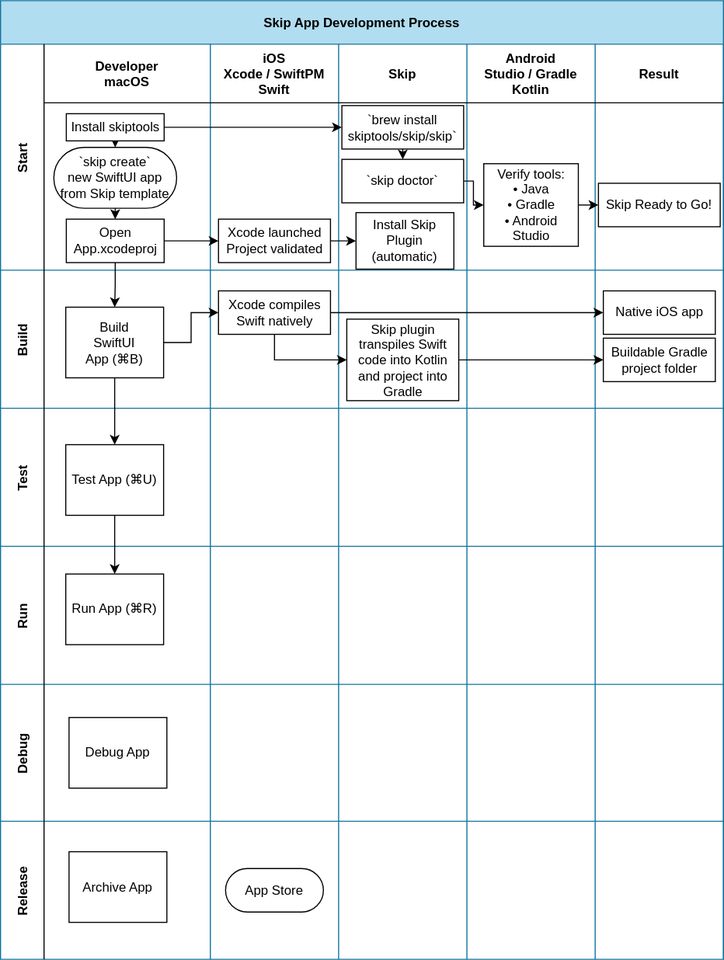
The draw.io diagram skip_dev_process.drawio.svg in skiptools/assets.skip.tools, before a commit. Source tidied: cells renumbered, new cells last; positions are measured from the earlier drawing's top-left corner, leaving out a move shared by most shapes.
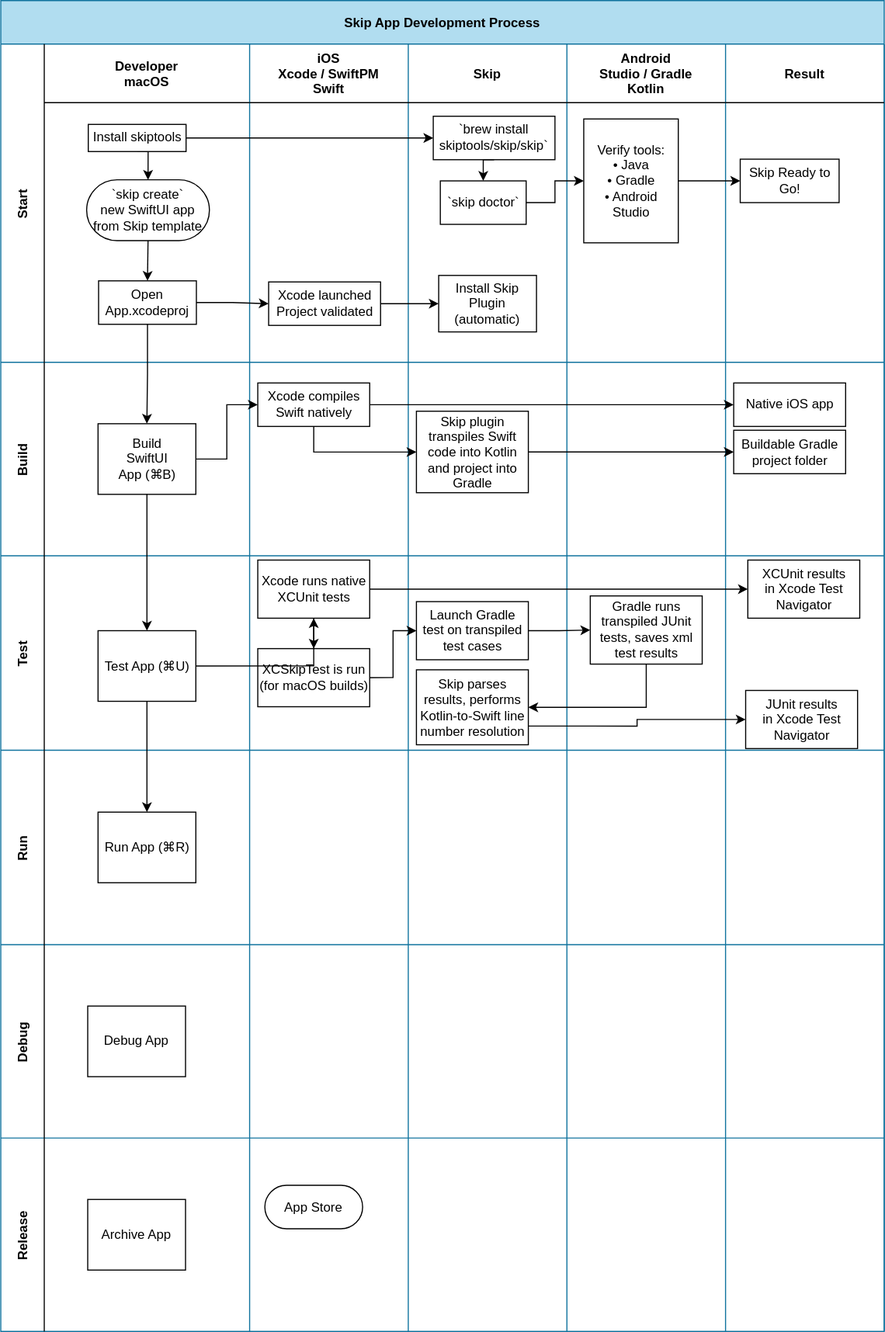
The same diagram one commit later.

The edit, as a diff of the source:
```diff
@@ -5,12 +5,12 @@
     <mxCell id="2" value="Skip App Development Process" style="shape=table;startSize=40;fillColor=#b1ddf0;fontStyle=1;strokeColor=#10739e;swimlaneFillColor=none;" parent="1" vertex="1">
-      <mxGeometry width="665" height="882" as="geometry" />
+      <mxGeometry width="813" height="1225" as="geometry" />
     </mxCell>
     <mxCell id="3" value="Start" style="shape=tableRow;horizontal=0;swimlaneHead=0;swimlaneBody=0;top=0;left=0;bottom=0;right=0;fillColor=none;startSize=40;fontStyle=1;" parent="2" vertex="1">
-      <mxGeometry y="40" width="665" height="208" as="geometry" />
+      <mxGeometry y="40" width="813" height="293" as="geometry" />
     </mxCell>
     <mxCell id="4" value="Developer&#10;macOS" style="swimlane;swimlaneHead=0;swimlaneBody=0;fillColor=none;startSize=54;fontStyle=1;" parent="3" vertex="1">
-      <mxGeometry x="40" width="153" height="208" as="geometry" />
+      <mxGeometry x="40" width="189" height="293" as="geometry" />
     </mxCell>
     <mxCell id="5" value="`skip create`&lt;br&gt;new SwiftUI app from Skip template" style="rounded=1;whiteSpace=wrap;html=1;arcSize=50;" parent="4" vertex="1">
-      <mxGeometry x="9" y="95" width="113" height="56" as="geometry" />
+      <mxGeometry x="39" y="125" width="113" height="56" as="geometry" />
     </mxCell>
@@ -20,6 +20,6 @@
     <mxCell id="7" value="Install skiptools" style="rounded=0;whiteSpace=wrap;html=1;" parent="4" vertex="1">
-      <mxGeometry x="20.5" y="64" width="90" height="25" as="geometry" />
+      <mxGeometry x="40.5" y="74" width="90" height="25" as="geometry" />
     </mxCell>
     <mxCell id="8" value="iOS&#10;Xcode / SwiftPM&#10;Swift" style="swimlane;swimlaneHead=0;swimlaneBody=0;fillColor=none;startSize=54;fontStyle=1;" parent="3" vertex="1">
-      <mxGeometry x="193" width="118" height="208" as="geometry" />
+      <mxGeometry x="229" width="146" height="293" as="geometry" />
     </mxCell>
@@ -29,6 +29,6 @@
     <mxCell id="10" value="Open&lt;br&gt;App.xcodeproj" style="rounded=0;whiteSpace=wrap;html=1;" parent="9" vertex="1">
-      <mxGeometry x="25.5" y="5" width="90" height="40" as="geometry" />
+      <mxGeometry x="19" y="62" width="90" height="40" as="geometry" />
     </mxCell>
     <mxCell id="11" value="Xcode launched&lt;br&gt;Project validated" style="rounded=0;whiteSpace=wrap;html=1;" parent="8" vertex="1">
-      <mxGeometry x="7.5" y="161" width="103" height="40" as="geometry" />
+      <mxGeometry x="17.5" y="219" width="103" height="40" as="geometry" />
     </mxCell>
@@ -38,6 +38,6 @@
     <mxCell id="13" value="Skip" style="swimlane;swimlaneHead=0;swimlaneBody=0;fillColor=none;startSize=54;fontStyle=1;" parent="3" vertex="1">
-      <mxGeometry x="311" width="118" height="208" as="geometry" />
+      <mxGeometry x="375" width="146" height="293" as="geometry" />
     </mxCell>
     <mxCell id="14" value="Install Skip&lt;br&gt;Plugin (automatic)" style="rounded=0;whiteSpace=wrap;html=1;" parent="13" vertex="1">
-      <mxGeometry x="16" y="155" width="90" height="52" as="geometry" />
+      <mxGeometry x="28" y="213" width="90" height="52" as="geometry" />
     </mxCell>
@@ -47,18 +47,18 @@
     <mxCell id="16" value="`brew install skiptools/skip/skip`" style="rounded=0;whiteSpace=wrap;html=1;" parent="13" vertex="1">
-      <mxGeometry x="3" y="56.5" width="112" height="40" as="geometry" />
+      <mxGeometry x="23" y="66.5" width="112" height="40" as="geometry" />
     </mxCell>
     <mxCell id="17" value="`skip doctor`" style="rounded=0;whiteSpace=wrap;html=1;" parent="13" vertex="1">
-      <mxGeometry x="3" y="106" width="112" height="40" as="geometry" />
+      <mxGeometry x="29.5" y="126" width="79" height="40" as="geometry" />
     </mxCell>
     <mxCell id="18" value="Android&#10;Studio / Gradle&#10;Kotlin" style="swimlane;swimlaneHead=0;swimlaneBody=0;fillColor=none;startSize=54;fontStyle=1;" parent="3" vertex="1">
-      <mxGeometry x="429" width="118" height="208" as="geometry" />
+      <mxGeometry x="521" width="146" height="293" as="geometry" />
     </mxCell>
-    <mxCell id="19" value="Verify tools:&lt;br&gt;• Java&lt;br&gt;• Gradle&lt;br&gt;• Android Studio&lt;br&gt;" style="rounded=0;whiteSpace=wrap;html=1;" parent="18" vertex="1">
-      <mxGeometry x="15.5" y="110" width="87" height="76" as="geometry" />
+    <mxCell id="19" value="Verify tools:&lt;br&gt;• Java&lt;br&gt;• Gradle&lt;br&gt;• Android Studio" style="rounded=0;whiteSpace=wrap;html=1;" parent="18" vertex="1">
+      <mxGeometry x="15.5" y="69" width="87" height="114" as="geometry" />
     </mxCell>
     <mxCell id="20" value="Result" style="swimlane;swimlaneHead=0;swimlaneBody=0;fillColor=none;startSize=54;fontStyle=1;" parent="3" vertex="1">
-      <mxGeometry x="547" width="118" height="208" as="geometry" />
+      <mxGeometry x="667" width="146" height="293" as="geometry" />
     </mxCell>
     <mxCell id="21" value="Skip Ready to Go!" style="rounded=0;whiteSpace=wrap;html=1;" parent="20" vertex="1">
-      <mxGeometry x="3" y="128" width="112" height="40" as="geometry" />
+      <mxGeometry x="13.5" y="106" width="91" height="40" as="geometry" />
     </mxCell>
@@ -73,24 +73,19 @@
     </mxCell>
+    <mxCell id="26" style="edgeStyle=orthogonalEdgeStyle;rounded=0;jettySize=auto;html=1;exitX=1;exitY=0.5;exitDx=0;exitDy=0;entryX=0;entryY=0.5;entryDx=0;entryDy=0;" parent="3" edge="1" source="19" target="21">
+      <mxGeometry relative="1" as="geometry" />
+    </mxCell>
-    <mxCell id="25" style="edgeStyle=orthogonalEdgeStyle;rounded=0;jettySize=auto;html=1;exitX=1;exitY=0.5;exitDx=0;exitDy=0;entryX=0;entryY=0.5;entryDx=0;entryDy=0;" parent="3" edge="1" source="17" target="19">
-      <mxGeometry relative="1" as="geometry">
-        <Array as="points">
-          <mxPoint x="435" y="126" />
-          <mxPoint x="435" y="148" />
-        </Array>
-      </mxGeometry>
+    <mxCell id="25" style="edgeStyle=orthogonalEdgeStyle;rounded=0;jettySize=auto;html=1;exitX=1;exitY=0.5;exitDx=0;exitDy=0;" parent="3" edge="1" source="17" target="19">
+      <mxGeometry relative="1" as="geometry" />
     </mxCell>
-    <mxCell id="26" style="edgeStyle=orthogonalEdgeStyle;rounded=0;jettySize=auto;html=1;exitX=1;exitY=0.5;exitDx=0;exitDy=0;entryX=0;entryY=0.5;entryDx=0;entryDy=0;" parent="3" edge="1" source="19" target="21">
-      <mxGeometry relative="1" as="geometry" />
-    </mxCell>
     <mxCell id="27" value="Build" style="shape=tableRow;horizontal=0;swimlaneHead=0;swimlaneBody=0;top=0;left=0;bottom=0;right=0;fillColor=none;startSize=40;fontStyle=1;" parent="2" vertex="1">
-      <mxGeometry y="248" width="665" height="127" as="geometry" />
+      <mxGeometry y="333" width="813" height="178" as="geometry" />
     </mxCell>
     <mxCell id="28" style="swimlane;swimlaneHead=0;swimlaneBody=0;fillColor=none;startSize=0;fontStyle=1;horizontal=1;" parent="27" vertex="1">
-      <mxGeometry x="40" width="153" height="127" as="geometry" />
+      <mxGeometry x="40" width="189" height="178" as="geometry" />
     </mxCell>
     <mxCell id="29" value="Build&lt;br&gt;SwiftUI&lt;br&gt;App (⌘B)" style="rounded=0;whiteSpace=wrap;html=1;" parent="28" vertex="1">
-      <mxGeometry x="20" y="34" width="90" height="65" as="geometry" />
+      <mxGeometry x="49.5" y="56.5" width="90" height="65" as="geometry" />
     </mxCell>
     <mxCell id="30" style="swimlane;swimlaneHead=0;swimlaneBody=0;fillColor=none;startSize=0;fontStyle=1;horizontal=1;" parent="27" vertex="1">
-      <mxGeometry x="193" width="118" height="127" as="geometry" />
+      <mxGeometry x="229" width="146" height="178" as="geometry" />
     </mxCell>
@@ -100,3 +95,3 @@
     <mxCell id="32" style="swimlane;swimlaneHead=0;swimlaneBody=0;fillColor=none;startSize=0;fontStyle=1;horizontal=1;" parent="27" vertex="1">
-      <mxGeometry x="311" width="118" height="127" as="geometry" />
+      <mxGeometry x="375" width="146" height="178" as="geometry" />
     </mxCell>
@@ -106,6 +101,6 @@
     <mxCell id="34" style="swimlane;swimlaneHead=0;swimlaneBody=0;fillColor=none;startSize=0;fontStyle=1;" parent="27" vertex="1">
-      <mxGeometry x="429" width="118" height="127" as="geometry" />
+      <mxGeometry x="521" width="146" height="178" as="geometry" />
     </mxCell>
     <mxCell id="35" style="swimlane;swimlaneHead=0;swimlaneBody=0;fillColor=none;startSize=0;fontStyle=1;" parent="27" vertex="1">
-      <mxGeometry x="547" width="118" height="127" as="geometry" />
+      <mxGeometry x="667" width="146" height="178" as="geometry" />
     </mxCell>
@@ -130,30 +125,72 @@
     <mxCell id="42" value="Test" style="shape=tableRow;horizontal=0;swimlaneHead=0;swimlaneBody=0;top=0;left=0;bottom=0;right=0;fillColor=none;startSize=40;fontStyle=1;" parent="2" vertex="1">
-      <mxGeometry y="375" width="665" height="127" as="geometry" />
+      <mxGeometry y="511" width="813" height="179" as="geometry" />
     </mxCell>
     <mxCell id="43" style="swimlane;swimlaneHead=0;swimlaneBody=0;fillColor=none;startSize=0;fontStyle=1;" parent="42" vertex="1">
-      <mxGeometry x="40" width="153" height="127" as="geometry" />
+      <mxGeometry x="40" width="189" height="179" as="geometry" />
     </mxCell>
     <mxCell id="44" value="Test App (⌘U)" style="rounded=0;whiteSpace=wrap;html=1;" parent="43" vertex="1">
-      <mxGeometry x="20" y="33.5" width="90" height="65" as="geometry" />
+      <mxGeometry x="49.5" y="69" width="90" height="65" as="geometry" />
     </mxCell>
     <mxCell id="45" style="swimlane;swimlaneHead=0;swimlaneBody=0;fillColor=none;startSize=0;fontStyle=1;horizontal=1;" parent="42" vertex="1">
-      <mxGeometry x="193" width="118" height="127" as="geometry" />
+      <mxGeometry x="229" width="146" height="179" as="geometry" />
     </mxCell>
+    <mxCell id="79" style="edgeStyle=orthogonalEdgeStyle;rounded=0;jettySize=auto;html=1;exitX=0.5;exitY=1;exitDx=0;exitDy=0;entryX=0.5;entryY=0;entryDx=0;entryDy=0;" parent="45" edge="1" source="80" target="81">
+      <mxGeometry relative="1" as="geometry" />
+    </mxCell>
+    <mxCell id="80" value="Xcode runs native XCUnit tests" style="rounded=0;whiteSpace=wrap;html=1;" parent="45" vertex="1">
+      <mxGeometry x="7.5" y="4" width="103" height="53.5" as="geometry" />
+    </mxCell>
+    <mxCell id="81" value="XCSkipTest is run&lt;br&gt;(for macOS builds)" style="rounded=0;whiteSpace=wrap;html=1;" parent="45" vertex="1">
+      <mxGeometry x="7.5" y="85.5" width="103" height="53.5" as="geometry" />
+    </mxCell>
     <mxCell id="46" style="swimlane;swimlaneHead=0;swimlaneBody=0;fillColor=none;startSize=0;fontStyle=1;horizontal=1;" parent="42" vertex="1">
-      <mxGeometry x="311" width="118" height="127" as="geometry" />
+      <mxGeometry x="375" width="146" height="179" as="geometry" />
     </mxCell>
+    <mxCell id="82" value="Launch Gradle test on transpiled test cases" style="rounded=0;whiteSpace=wrap;html=1;" parent="46" vertex="1">
+      <mxGeometry x="7.5" y="42.2" width="103" height="53.5" as="geometry" />
+    </mxCell>
+    <mxCell id="83" value="Skip parses results, performs Kotlin-to-Swift line number resolution" style="rounded=0;whiteSpace=wrap;html=1;" parent="46" vertex="1">
+      <mxGeometry x="7.5" y="105" width="103" height="69" as="geometry" />
+    </mxCell>
     <mxCell id="47" style="swimlane;swimlaneHead=0;swimlaneBody=0;fillColor=none;startSize=0;fontStyle=1;horizontal=1;" parent="42" vertex="1">
-      <mxGeometry x="429" width="118" height="127" as="geometry" />
+      <mxGeometry x="521" width="146" height="179" as="geometry" />
     </mxCell>
+    <mxCell id="84" value="Gradle runs transpiled JUnit tests, saves xml test results" style="rounded=0;whiteSpace=wrap;html=1;" parent="47" vertex="1">
+      <mxGeometry x="21.5" y="37" width="103" height="62.8" as="geometry" />
+    </mxCell>
     <mxCell id="48" style="swimlane;swimlaneHead=0;swimlaneBody=0;fillColor=none;startSize=0;fontStyle=1;horizontal=1;" parent="42" vertex="1">
-      <mxGeometry x="547" width="118" height="127" as="geometry" />
+      <mxGeometry x="667" width="146" height="179" as="geometry" />
     </mxCell>
+    <mxCell id="85" value="XCUnit results&lt;br&gt;in Xcode Test&lt;br&gt;Navigator" style="rounded=0;whiteSpace=wrap;html=1;" parent="48" vertex="1">
+      <mxGeometry x="20.5" y="4" width="103" height="53.5" as="geometry" />
+    </mxCell>
+    <mxCell id="86" value="JUnit results&lt;br&gt;in Xcode Test&lt;br&gt;Navigator" style="rounded=0;whiteSpace=wrap;html=1;" parent="48" vertex="1">
+      <mxGeometry x="18.5" y="124" width="103" height="53.5" as="geometry" />
+    </mxCell>
     <mxCell id="49" style="swimlane;swimlaneHead=0;swimlaneBody=0;fillColor=none;startSize=0;fontStyle=1;" parent="42" vertex="1">
-      <mxGeometry x="665" height="127" as="geometry" />
+      <mxGeometry x="813" height="179" as="geometry" />
     </mxCell>
+    <mxCell id="87" style="edgeStyle=orthogonalEdgeStyle;rounded=0;jettySize=auto;html=1;exitX=1;exitY=0.5;exitDx=0;exitDy=0;entryX=0;entryY=0.5;entryDx=0;entryDy=0;" parent="42" edge="1" source="80" target="85">
+      <mxGeometry relative="1" as="geometry" />
+    </mxCell>
+    <mxCell id="88" style="edgeStyle=orthogonalEdgeStyle;rounded=0;jettySize=auto;html=1;exitX=1;exitY=0.5;exitDx=0;exitDy=0;entryX=0;entryY=0.5;entryDx=0;entryDy=0;" parent="42" edge="1" source="81" target="82">
+      <mxGeometry relative="1" as="geometry" />
+    </mxCell>
+    <mxCell id="89" style="edgeStyle=orthogonalEdgeStyle;rounded=0;jettySize=auto;html=1;exitX=1;exitY=0.5;exitDx=0;exitDy=0;" parent="42" edge="1" source="82" target="84">
+      <mxGeometry relative="1" as="geometry" />
+    </mxCell>
+    <mxCell id="90" style="edgeStyle=orthogonalEdgeStyle;rounded=0;jettySize=auto;html=1;exitX=1;exitY=0.75;exitDx=0;exitDy=0;" parent="42" edge="1" source="83" target="86">
+      <mxGeometry relative="1" as="geometry" />
+    </mxCell>
+    <mxCell id="91" style="edgeStyle=orthogonalEdgeStyle;rounded=0;jettySize=auto;html=1;exitX=0.5;exitY=1;exitDx=0;exitDy=0;entryX=1;entryY=0.5;entryDx=0;entryDy=0;" parent="42" edge="1" source="84" target="83">
+      <mxGeometry relative="1" as="geometry" />
+    </mxCell>
+    <mxCell id="92" style="edgeStyle=orthogonalEdgeStyle;rounded=0;jettySize=auto;html=1;exitX=1;exitY=0.5;exitDx=0;exitDy=0;" parent="42" edge="1" source="44" target="80">
+      <mxGeometry relative="1" as="geometry" />
+    </mxCell>
     <mxCell id="50" value="Run" style="shape=tableRow;horizontal=0;swimlaneHead=0;swimlaneBody=0;top=0;left=0;bottom=0;right=0;fillColor=none;startSize=40;fontStyle=1;" parent="2" vertex="1">
-      <mxGeometry y="502" width="665" height="127" as="geometry" />
+      <mxGeometry y="690" width="813" height="179" as="geometry" />
     </mxCell>
     <mxCell id="51" style="swimlane;swimlaneHead=0;swimlaneBody=0;fillColor=none;startSize=0;fontStyle=1;" parent="50" vertex="1">
-      <mxGeometry x="40" width="153" height="127" as="geometry" />
+      <mxGeometry x="40" width="189" height="179" as="geometry" />
     </mxCell>
@@ -163,54 +200,54 @@
     <mxCell id="53" value="Run App (⌘R)" style="rounded=0;whiteSpace=wrap;html=1;" parent="52" vertex="1">
-      <mxGeometry x="11.5" y="31.5" width="90" height="65" as="geometry" />
+      <mxGeometry x="41" y="63" width="90" height="65" as="geometry" />
     </mxCell>
     <mxCell id="54" style="swimlane;swimlaneHead=0;swimlaneBody=0;fillColor=none;startSize=0;fontStyle=1;" parent="50" vertex="1">
-      <mxGeometry x="193" width="118" height="127" as="geometry" />
+      <mxGeometry x="229" width="146" height="179" as="geometry" />
     </mxCell>
     <mxCell id="55" style="swimlane;swimlaneHead=0;swimlaneBody=0;fillColor=none;startSize=0;fontStyle=1;" parent="50" vertex="1">
-      <mxGeometry x="311" width="118" height="127" as="geometry" />
+      <mxGeometry x="375" width="146" height="179" as="geometry" />
     </mxCell>
     <mxCell id="56" style="swimlane;swimlaneHead=0;swimlaneBody=0;fillColor=none;startSize=0;fontStyle=1;" parent="50" vertex="1">
-      <mxGeometry x="429" width="118" height="127" as="geometry" />
+      <mxGeometry x="521" width="146" height="179" as="geometry" />
     </mxCell>
     <mxCell id="57" style="swimlane;swimlaneHead=0;swimlaneBody=0;fillColor=none;startSize=0;fontStyle=1;" parent="50" vertex="1">
-      <mxGeometry x="547" width="118" height="127" as="geometry" />
+      <mxGeometry x="667" width="146" height="179" as="geometry" />
     </mxCell>
     <mxCell id="58" style="swimlane;swimlaneHead=0;swimlaneBody=0;fillColor=none;startSize=0;fontStyle=1;" parent="50" vertex="1">
-      <mxGeometry x="665" height="127" as="geometry" />
+      <mxGeometry x="813" height="179" as="geometry" />
     </mxCell>
     <mxCell id="59" value="Debug" style="shape=tableRow;horizontal=0;swimlaneHead=0;swimlaneBody=0;top=0;left=0;bottom=0;right=0;fillColor=none;startSize=40;fontStyle=1;" parent="2" vertex="1">
-      <mxGeometry y="629" width="665" height="126" as="geometry" />
+      <mxGeometry y="869" width="813" height="178" as="geometry" />
     </mxCell>
     <mxCell id="60" style="swimlane;swimlaneHead=0;swimlaneBody=0;fillColor=none;startSize=0;fontStyle=1;" parent="59" vertex="1">
-      <mxGeometry x="40" width="153" height="126" as="geometry" />
+      <mxGeometry x="40" width="189" height="178" as="geometry" />
     </mxCell>
     <mxCell id="61" value="Debug App" style="rounded=0;whiteSpace=wrap;html=1;" parent="60" vertex="1">
-      <mxGeometry x="23" y="30.5" width="90" height="65" as="geometry" />
+      <mxGeometry x="40" y="56.5" width="90" height="65" as="geometry" />
     </mxCell>
     <mxCell id="62" style="swimlane;swimlaneHead=0;swimlaneBody=0;fillColor=none;startSize=0;fontStyle=1;horizontal=1;" parent="59" vertex="1">
-      <mxGeometry x="193" width="118" height="126" as="geometry" />
+      <mxGeometry x="229" width="146" height="178" as="geometry" />
     </mxCell>
     <mxCell id="63" style="swimlane;swimlaneHead=0;swimlaneBody=0;fillColor=none;startSize=0;fontStyle=1;horizontal=1;" parent="59" vertex="1">
-      <mxGeometry x="311" width="118" height="126" as="geometry" />
+      <mxGeometry x="375" width="146" height="178" as="geometry" />
     </mxCell>
     <mxCell id="64" style="swimlane;swimlaneHead=0;swimlaneBody=0;fillColor=none;startSize=0;fontStyle=1;horizontal=1;" parent="59" vertex="1">
-      <mxGeometry x="429" width="118" height="126" as="geometry" />
+      <mxGeometry x="521" width="146" height="178" as="geometry" />
     </mxCell>
     <mxCell id="65" style="swimlane;swimlaneHead=0;swimlaneBody=0;fillColor=none;startSize=0;fontStyle=1;horizontal=1;" parent="59" vertex="1">
-      <mxGeometry x="547" width="118" height="126" as="geometry" />
+      <mxGeometry x="667" width="146" height="178" as="geometry" />
     </mxCell>
     <mxCell id="66" style="swimlane;swimlaneHead=0;swimlaneBody=0;fillColor=none;startSize=0;fontStyle=1;" parent="59" vertex="1">
-      <mxGeometry x="665" height="126" as="geometry" />
+      <mxGeometry x="813" height="178" as="geometry" />
     </mxCell>
     <mxCell id="67" value="Release" style="shape=tableRow;horizontal=0;swimlaneHead=0;swimlaneBody=0;top=0;left=0;bottom=0;right=0;fillColor=none;startSize=40;fontStyle=1;" parent="2" vertex="1">
-      <mxGeometry y="755" width="665" height="127" as="geometry" />
+      <mxGeometry y="1047" width="813" height="178" as="geometry" />
     </mxCell>
     <mxCell id="68" style="swimlane;swimlaneHead=0;swimlaneBody=0;fillColor=none;startSize=0;fontStyle=1;" parent="67" vertex="1">
-      <mxGeometry x="40" width="153" height="127" as="geometry" />
+      <mxGeometry x="40" width="189" height="178" as="geometry" />
     </mxCell>
     <mxCell id="69" value="Archive App" style="rounded=0;whiteSpace=wrap;html=1;" parent="68" vertex="1">
-      <mxGeometry x="23" y="28" width="90" height="65" as="geometry" />
+      <mxGeometry x="40" y="56.5" width="90" height="65" as="geometry" />
     </mxCell>
     <mxCell id="70" style="swimlane;swimlaneHead=0;swimlaneBody=0;fillColor=none;startSize=0;fontStyle=1;horizontal=1;" parent="67" vertex="1">
-      <mxGeometry x="193" width="118" height="127" as="geometry" />
+      <mxGeometry x="229" width="146" height="178" as="geometry" />
     </mxCell>
@@ -220,12 +257,12 @@
     <mxCell id="72" style="swimlane;swimlaneHead=0;swimlaneBody=0;fillColor=none;startSize=0;fontStyle=1;horizontal=1;" parent="67" vertex="1">
-      <mxGeometry x="311" width="118" height="127" as="geometry" />
+      <mxGeometry x="375" width="146" height="178" as="geometry" />
     </mxCell>
     <mxCell id="73" style="swimlane;swimlaneHead=0;swimlaneBody=0;fillColor=none;startSize=0;fontStyle=1;horizontal=1;" parent="67" vertex="1">
-      <mxGeometry x="429" width="118" height="127" as="geometry" />
+      <mxGeometry x="521" width="146" height="178" as="geometry" />
     </mxCell>
     <mxCell id="74" style="swimlane;swimlaneHead=0;swimlaneBody=0;fillColor=none;startSize=0;fontStyle=1;horizontal=1;" parent="67" vertex="1">
-      <mxGeometry x="547" width="118" height="127" as="geometry" />
+      <mxGeometry x="667" width="146" height="178" as="geometry" />
     </mxCell>
     <mxCell id="75" style="swimlane;swimlaneHead=0;swimlaneBody=0;fillColor=none;startSize=0;fontStyle=1;" parent="67" vertex="1">
-      <mxGeometry x="665" height="127" as="geometry" />
+      <mxGeometry x="813" height="178" as="geometry" />
     </mxCell>
```
